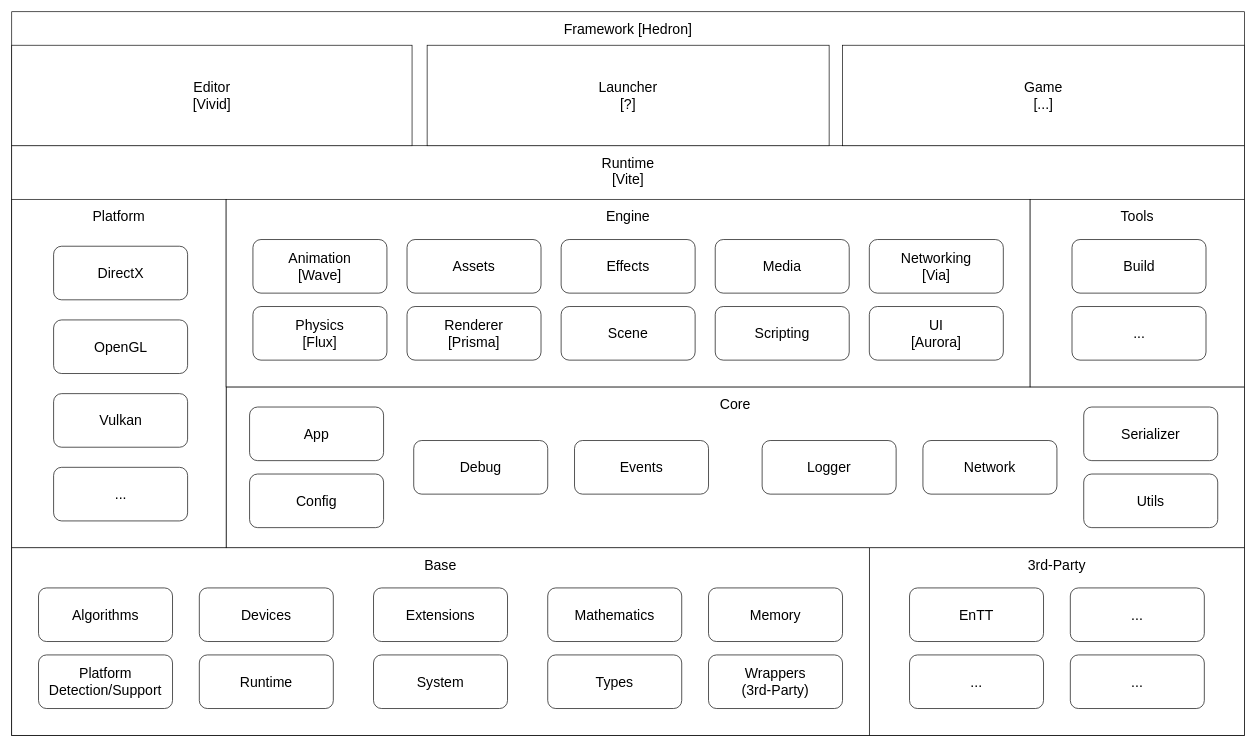
The draw.io diagram Guide/Concept/Architecture.drawio in dodecai/hedron, before the edit. Source tidied: cells renumbered, new cells numbered last; positions are measured from the earlier drawing's top-left corner, leaving out a move shared by most shapes. Both pictures are drawn from the tidied source at 67%, with x=0, y=0 at pixel (11, 11).
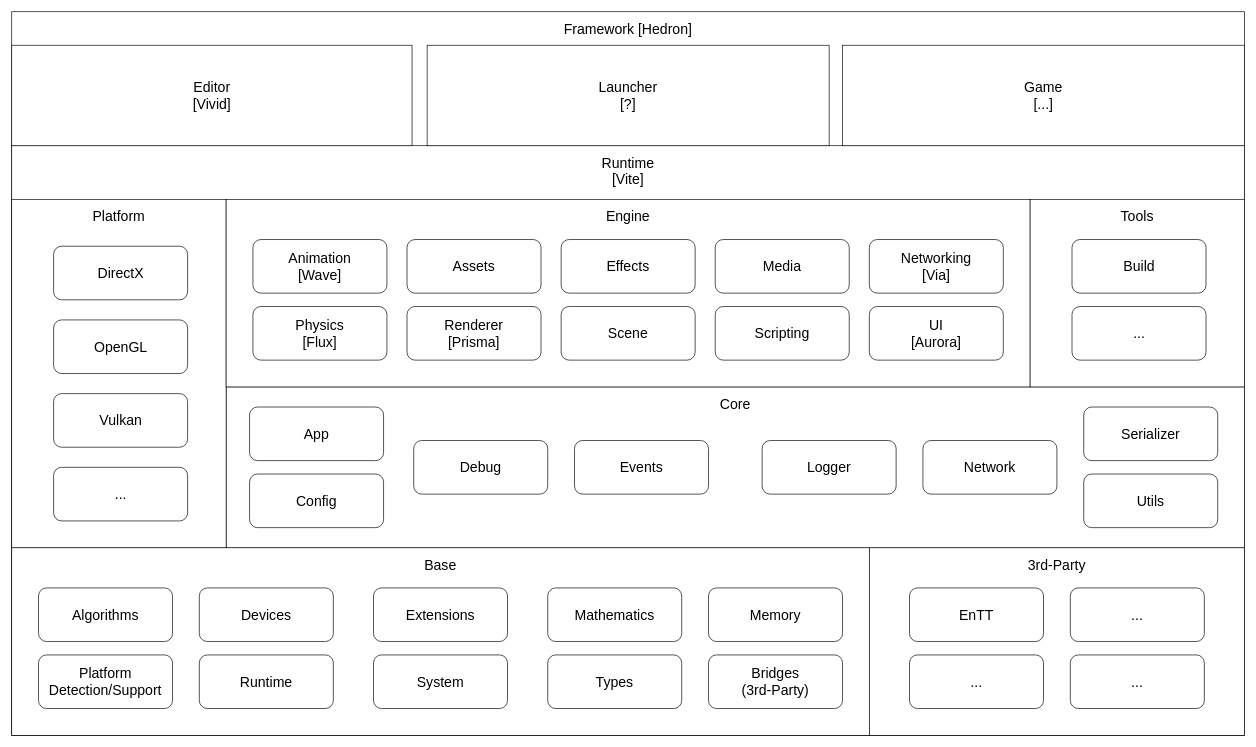
The same diagram, later.

The edit, as a diff of the source:
```diff
@@
-    <mxCell id="7" value="Wrappers&lt;br&gt;(3rd-Party)" style="rounded=1;whiteSpace=wrap;html=1;spacing=8;fontSize=21;horizontal=1;verticalAlign=middle;fillColor=default;" parent="1" vertex="1">
+    <mxCell id="7" value="Bridges&lt;br&gt;(3rd-Party)" style="rounded=1;whiteSpace=wrap;html=1;spacing=8;fontSize=21;horizontal=1;verticalAlign=middle;fillColor=default;" parent="1" vertex="1">
       <mxGeometry x="1040" y="960" width="200" height="80" as="geometry" />
     </mxCell>
```
